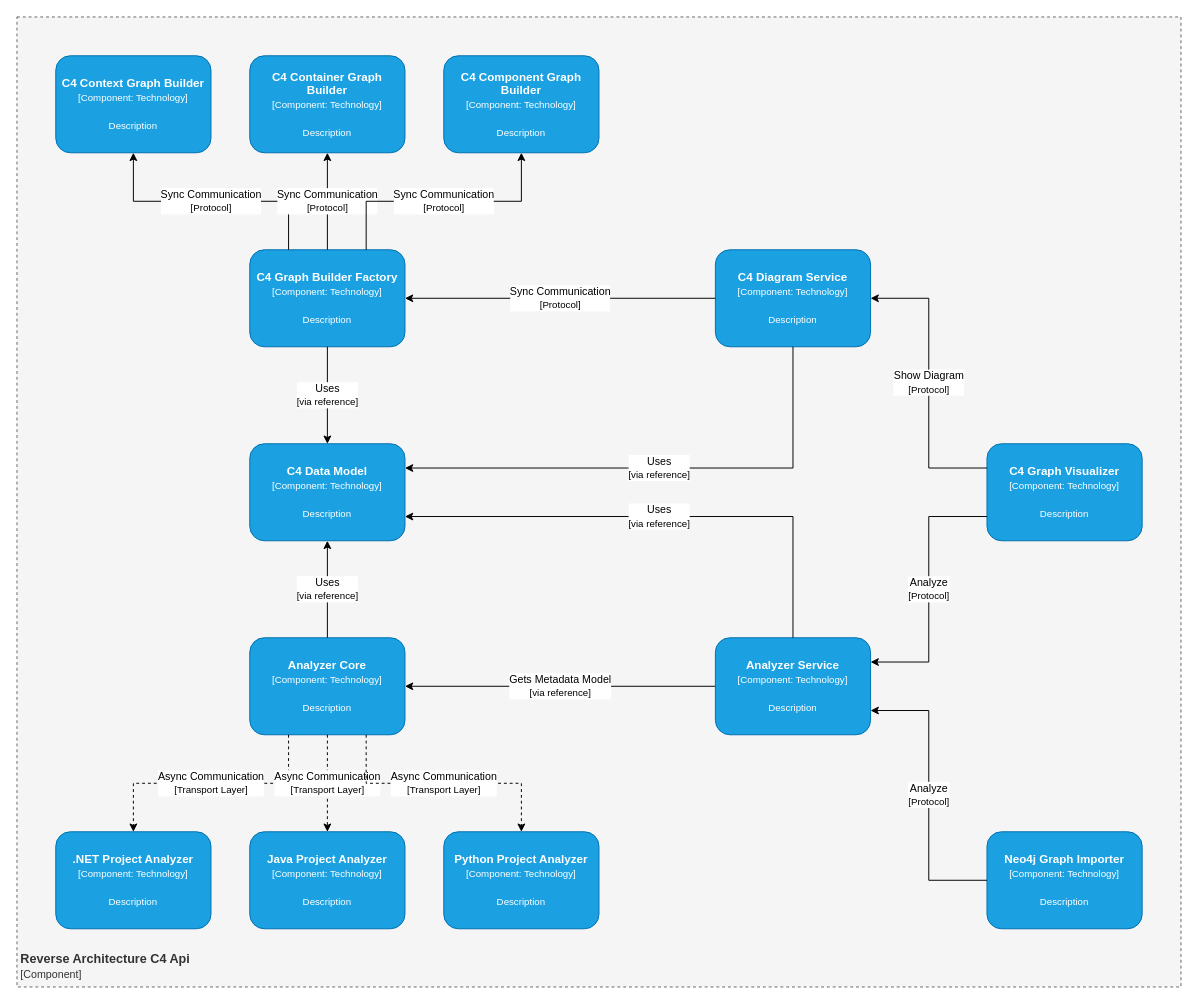
The draw.io diagram page "code" (4 of 4) of docs/architecture.drawio in JustMeGaaRa/reverse-architecture, before the edit. Source tidied: cells renumbered, new cells numbered last; positions are measured from the earlier drawing's top-left corner, leaving out a move shared by most shapes. Both pictures are drawn from the tidied source at 97%, with x=0, y=0 at pixel (16, 16).
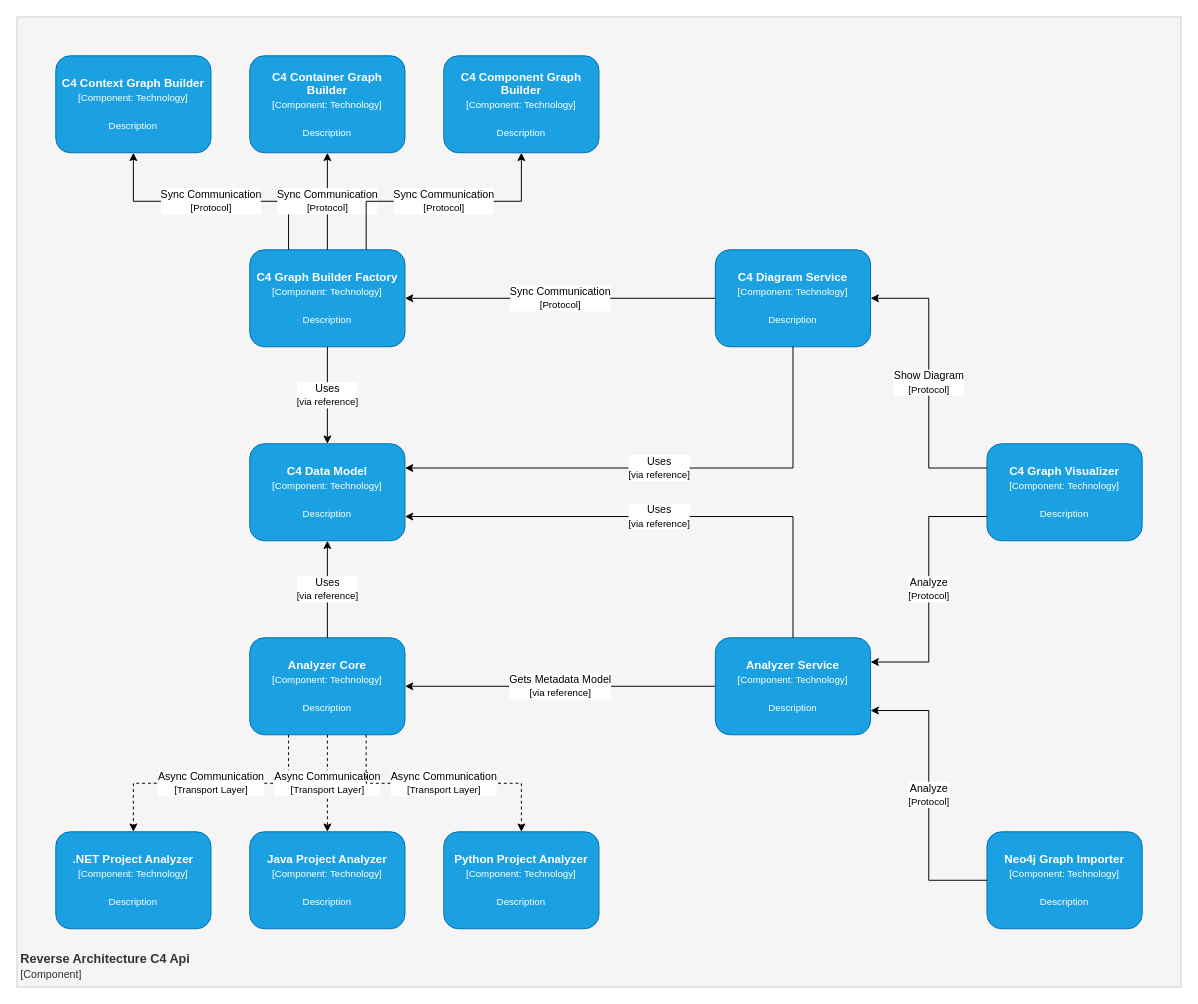
Above is the later version.

Change to the diagram source:
```diff
@@
-    <mxCell id="2" value="&lt;b&gt;&lt;font style=&quot;font-size: 13px&quot;&gt;Reverse Architecture C4 Api&lt;/font&gt;&lt;/b&gt;&lt;br style=&quot;font-size: 12px&quot;&gt;&lt;font style=&quot;font-size: 11px&quot;&gt;[Component]&lt;/font&gt;" style="rounded=0;whiteSpace=wrap;html=1;dashed=1;verticalAlign=bottom;align=left;fontSize=12;fontColor=#333333;spacingBottom=4;spacingLeft=2;fillColor=#f5f5f5;strokeColor=#666666;" parent="1" vertex="1">
+    <mxCell id="2" value="&lt;b&gt;&lt;font style=&quot;font-size: 13px&quot;&gt;Reverse Architecture C4 Api&lt;/font&gt;&lt;/b&gt;&lt;br style=&quot;font-size: 12px&quot;&gt;&lt;font style=&quot;font-size: 11px&quot;&gt;[Component]&lt;/font&gt;" style="rounded=0;whiteSpace=wrap;html=1;verticalAlign=bottom;align=left;fontSize=12;fontColor=#333333;spacingBottom=4;spacingLeft=2;fillColor=#f5f5f5;strokeColor=#CCCCCC;" parent="1" vertex="1">
       <mxGeometry width="1200" height="1000" as="geometry" />
     </mxCell>
```
